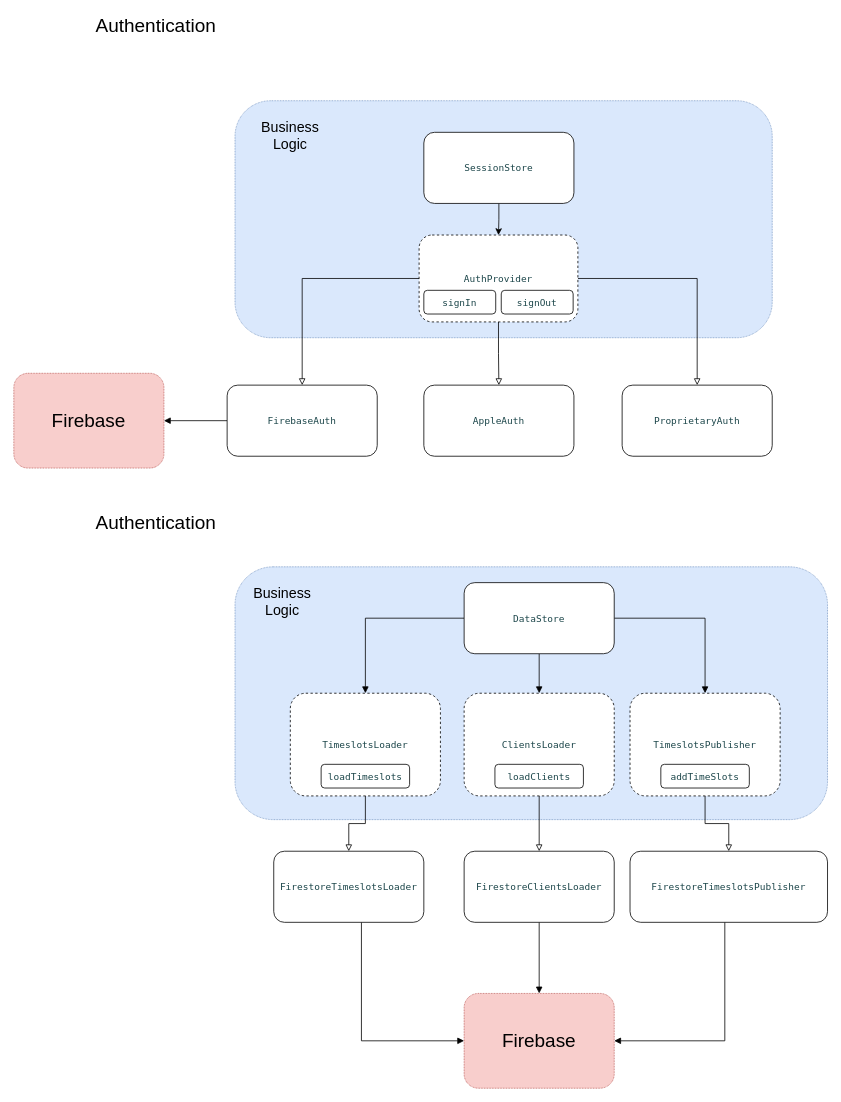
This is doc/Untitled Diagram.drawio from ssebi/TimeTracker, a draw.io file, before an edit. Source tidied: cells renumbered, new cells numbered last; positions are measured from the earlier drawing's top-left corner, leaving out a move shared by most shapes. Both pictures are drawn from the tidied source at 79%, with x=0, y=0 at pixel (13, 13).
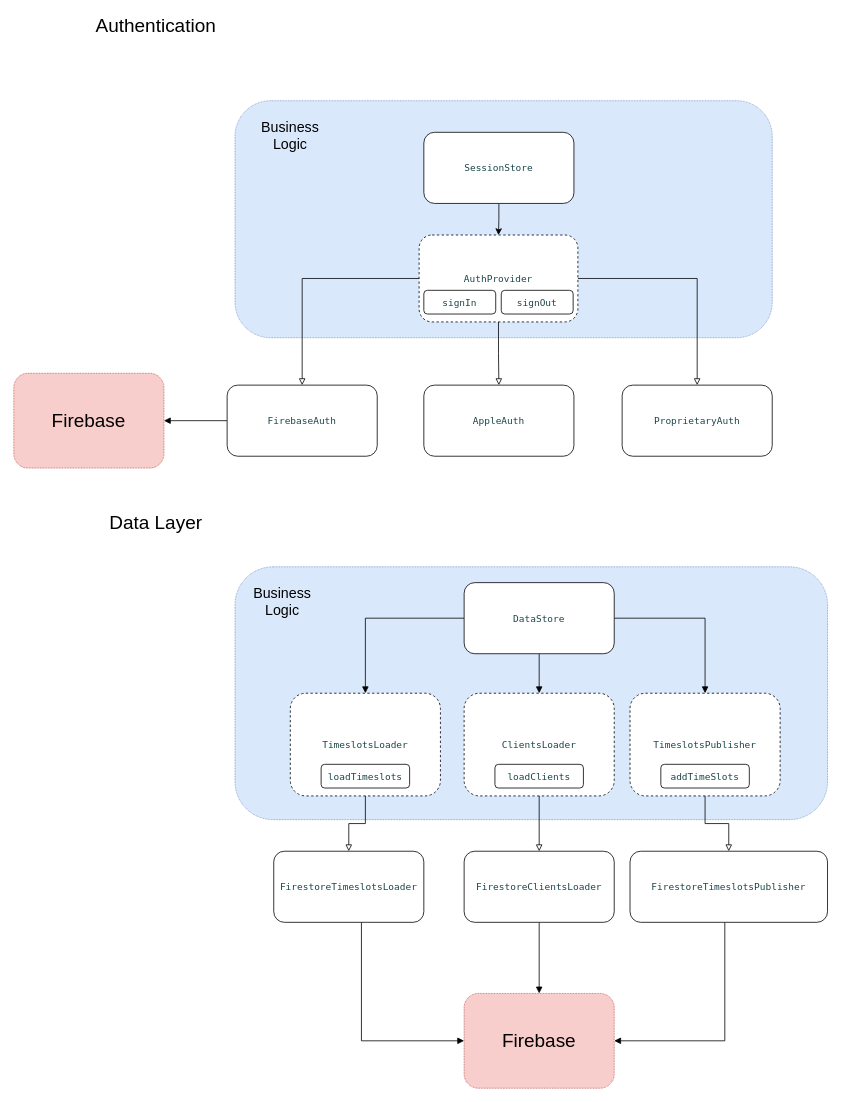
The same page after the edit.

Change to the diagram source:
```diff
@@
-    <mxCell id="18" value="Authentication" style="text;html=1;strokeColor=none;fillColor=none;align=center;verticalAlign=middle;whiteSpace=wrap;rounded=0;dashed=1;dashPattern=1 1;fontSize=24;" parent="1" vertex="1">
-      <mxGeometry x="150" y="630" width="60" height="30" as="geometry" />
+    <mxCell id="18" value="Data Layer" style="text;html=1;strokeColor=none;fillColor=none;align=center;verticalAlign=middle;whiteSpace=wrap;rounded=0;dashed=1;dashPattern=1 1;fontSize=24;" parent="1" vertex="1">
+      <mxGeometry x="85" y="630" width="190" height="30" as="geometry" />
     </mxCell>
```
